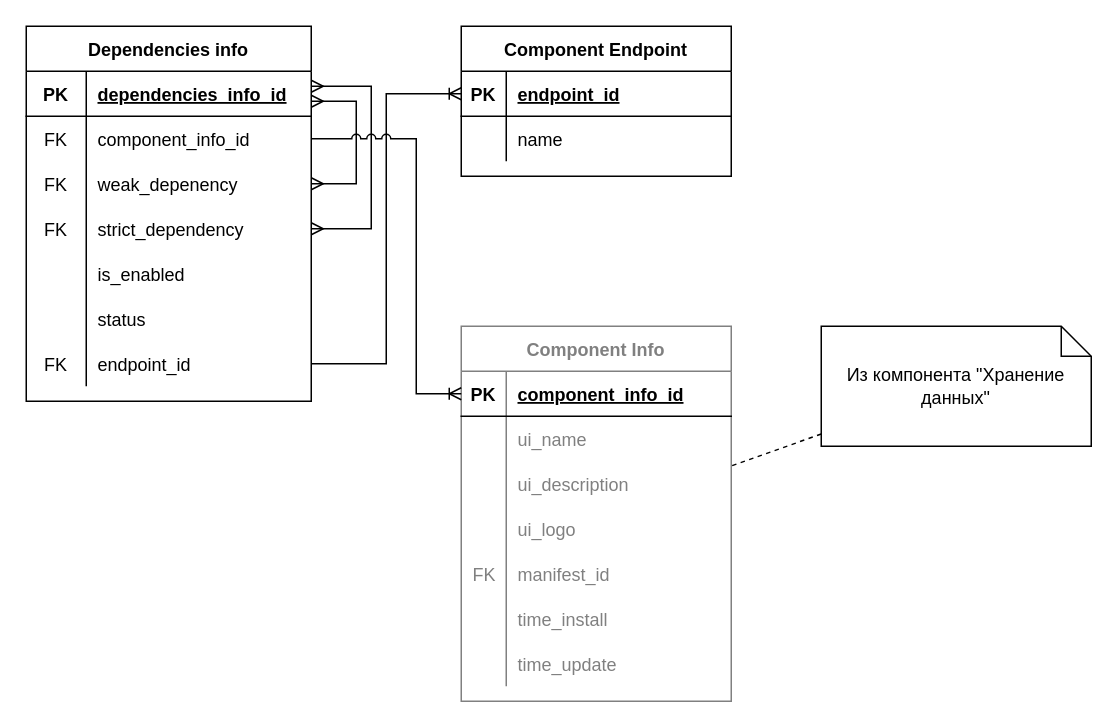
Before: architecture/first-level/tool-cm/TCM.ERD.drawio in AVAtarMod/Linux_Ecosystem, a draw.io diagram. Source tidied: cells renumbered, new cells numbered last; positions are measured from the earlier drawing's top-left corner, leaving out a move shared by most shapes. Both pictures are drawn from the tidied source at 150%, with x=0, y=0 at pixel (26, 26).
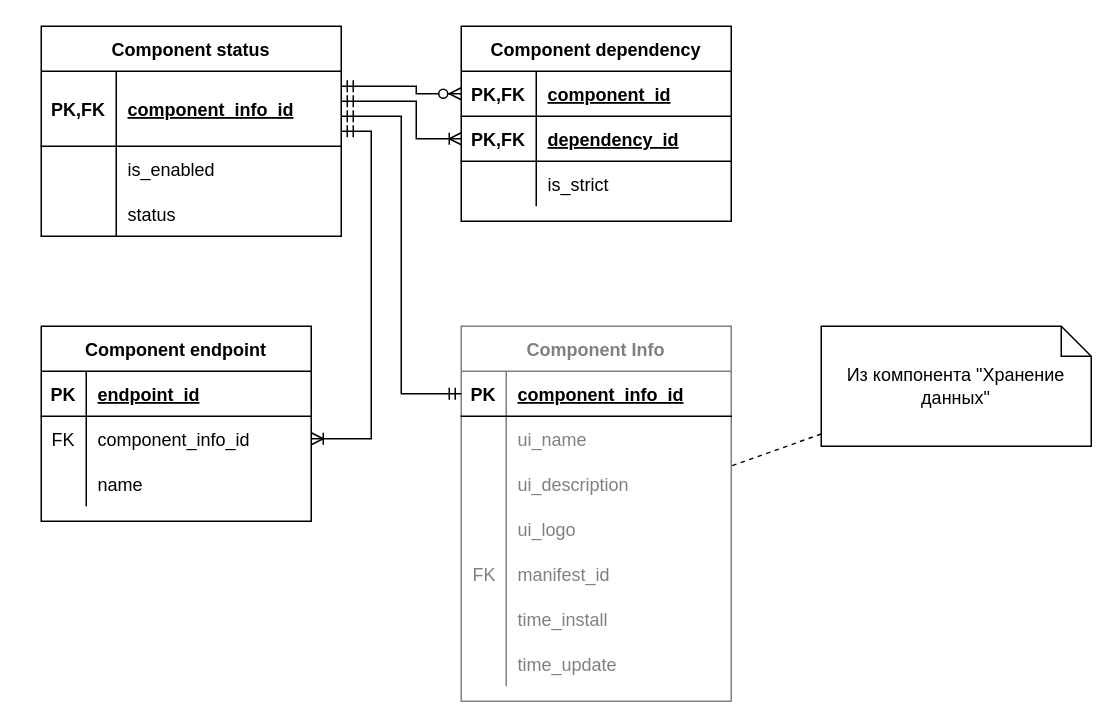
After the change.

Commit message:
(TCM.ERD) изменено: схема графа, строение таблиц

Unchanged cells that the change refers to:
```xml
<mxCell id="27" style="shape=partialRectangle;fillColor=none;top=0;left=0;bottom=1;right=0;points=[[0,0.5],[1,0.5]];portConstraint=eastwest;" parent="26" vertex="1">
  <mxGeometry y="30" width="180" height="30" as="geometry" />
</mxCell>
<mxCell id="35" style="shape=partialRectangle;fillColor=none;top=0;left=0;bottom=1;right=0;points=[[0,0.5],[1,0.5]];portConstraint=eastwest;" parent="34" vertex="1">
  <mxGeometry y="30" width="180" height="30" as="geometry" />
</mxCell>
```

Change to the diagram source:
```diff
@@
-    <mxCell id="2" value="Dependencies info" style="shape=table;startSize=30;childLayout=tableLayout;rowLines=0;fontStyle=1;align=center;" parent="1" vertex="1">
-      <mxGeometry width="190" height="250" as="geometry" />
+    <mxCell id="2" value="Component status" style="shape=table;startSize=30;childLayout=tableLayout;rowLines=0;fontStyle=1;align=center;" parent="1" vertex="1">
+      <mxGeometry x="10" width="200" height="140" as="geometry" />
     </mxCell>
     <mxCell id="3" style="shape=partialRectangle;fillColor=none;top=0;left=0;bottom=1;right=0;points=[[0,0.5],[1,0.5]];portConstraint=eastwest;" parent="2" vertex="1">
-      <mxGeometry y="30" width="190" height="30" as="geometry" />
+      <mxGeometry y="30" width="200" height="50" as="geometry" />
     </mxCell>
-    <mxCell id="4" value="PK" style="shape=partialRectangle;fillColor=none;top=0;left=0;bottom=0;right=0;fontStyle=1;overflow=hidden;" parent="3" vertex="1">
-      <mxGeometry width="40" height="30" as="geometry" />
+    <mxCell id="4" value="PK,FK" style="shape=partialRectangle;fillColor=none;top=0;left=0;bottom=0;right=0;fontStyle=1;overflow=hidden;" parent="3" vertex="1">
+      <mxGeometry width="50" height="50" as="geometry" />
     </mxCell>
-    <mxCell id="5" value="dependencies_info_id" style="shape=partialRectangle;fillColor=none;top=0;left=0;bottom=0;right=0;align=left;spacingLeft=6;fontStyle=5;overflow=hidden;" parent="3" vertex="1">
-      <mxGeometry x="40" width="150" height="30" as="geometry" />
+    <mxCell id="5" value="component_info_id" style="shape=partialRectangle;fillColor=none;top=0;left=0;bottom=0;right=0;align=left;spacingLeft=6;fontStyle=5;overflow=hidden;" parent="3" vertex="1">
+      <mxGeometry x="50" width="150" height="50" as="geometry" />
     </mxCell>
-    <mxCell id="6" style="shape=partialRectangle;fillColor=none;top=0;left=0;bottom=0;right=0;points=[[0,0.5],[1,0.5]];portConstraint=eastwest;" parent="2" vertex="1">
-      <mxGeometry y="60" width="190" height="30" as="geometry" />
-    </mxCell>
-    <mxCell id="7" value="FK" style="shape=partialRectangle;fillColor=none;top=0;left=0;bottom=0;right=0;overflow=hidden;" parent="6" vertex="1">
-      <mxGeometry width="40" height="30" as="geometry" />
-    </mxCell>
-    <mxCell id="8" value="component_info_id" style="shape=partialRectangle;fillColor=none;top=0;left=0;bottom=0;right=0;align=left;spacingLeft=6;overflow=hidden;" parent="6" vertex="1">
-      <mxGeometry x="40" width="150" height="30" as="geometry" />
-    </mxCell>
-    <mxCell id="9" style="shape=partialRectangle;fillColor=none;top=0;left=0;bottom=0;right=0;points=[[0,0.5],[1,0.5]];portConstraint=eastwest;" parent="2" vertex="1">
-      <mxGeometry y="90" width="190" height="30" as="geometry" />
-    </mxCell>
-    <mxCell id="10" value="FK" style="shape=partialRectangle;fillColor=none;top=0;left=0;bottom=0;right=0;overflow=hidden;" parent="9" vertex="1">
-      <mxGeometry width="40" height="30" as="geometry" />
-    </mxCell>
-    <mxCell id="11" value="weak_depenency" style="shape=partialRectangle;fillColor=none;top=0;left=0;bottom=0;right=0;align=left;spacingLeft=6;overflow=hidden;" parent="9" vertex="1">
-      <mxGeometry x="40" width="150" height="30" as="geometry" />
-    </mxCell>
-    <mxCell id="12" style="shape=partialRectangle;fillColor=none;top=0;left=0;bottom=0;right=0;points=[[0,0.5],[1,0.5]];portConstraint=eastwest;" parent="2" vertex="1">
-      <mxGeometry y="120" width="190" height="30" as="geometry" />
-    </mxCell>
-    <mxCell id="13" value="FK" style="shape=partialRectangle;fillColor=none;top=0;left=0;bottom=0;right=0;overflow=hidden;" parent="12" vertex="1">
-      <mxGeometry width="40" height="30" as="geometry" />
-    </mxCell>
-    <mxCell id="14" value="strict_dependency" style="shape=partialRectangle;fillColor=none;top=0;left=0;bottom=0;right=0;align=left;spacingLeft=6;overflow=hidden;" parent="12" vertex="1">
-      <mxGeometry x="40" width="150" height="30" as="geometry" />
-    </mxCell>
     <mxCell id="15" style="shape=partialRectangle;fillColor=none;top=0;left=0;bottom=0;right=0;" parent="2" vertex="1">
-      <mxGeometry y="150" width="190" height="30" as="geometry" />
+      <mxGeometry y="80" width="200" height="30" as="geometry" />
     </mxCell>
     <mxCell id="16" style="shape=partialRectangle;fillColor=none;top=0;left=0;bottom=0;right=0;overflow=hidden;" parent="15" vertex="1">
-      <mxGeometry width="40" height="30" as="geometry" />
+      <mxGeometry width="50" height="30" as="geometry" />
     </mxCell>
     <mxCell id="17" value="is_enabled" style="shape=partialRectangle;fillColor=none;top=0;left=0;bottom=0;right=0;align=left;spacingLeft=6;overflow=hidden;" parent="15" vertex="1">
-      <mxGeometry x="40" width="150" height="30" as="geometry" />
+      <mxGeometry x="50" width="150" height="30" as="geometry" />
     </mxCell>
     <mxCell id="18" style="shape=partialRectangle;fillColor=none;top=0;left=0;bottom=0;right=0;" parent="2" vertex="1">
-      <mxGeometry y="180" width="190" height="30" as="geometry" />
+      <mxGeometry y="110" width="200" height="30" as="geometry" />
     </mxCell>
     <mxCell id="19" style="shape=partialRectangle;fillColor=none;top=0;left=0;bottom=0;right=0;overflow=hidden;" parent="18" vertex="1">
-      <mxGeometry width="40" height="30" as="geometry" />
+      <mxGeometry width="50" height="30" as="geometry" />
     </mxCell>
     <mxCell id="20" value="status" style="shape=partialRectangle;fillColor=none;top=0;left=0;bottom=0;right=0;align=left;spacingLeft=6;overflow=hidden;" parent="18" vertex="1">
-      <mxGeometry x="40" width="150" height="30" as="geometry" />
+      <mxGeometry x="50" width="150" height="30" as="geometry" />
     </mxCell>
-    <mxCell id="21" style="shape=partialRectangle;fillColor=none;top=0;left=0;bottom=0;right=0;points=[[0,0.5],[1,0.5]];portConstraint=eastwest;" parent="2" vertex="1">
-      <mxGeometry y="210" width="190" height="30" as="geometry" />
-    </mxCell>
-    <mxCell id="22" value="FK" style="shape=partialRectangle;fillColor=none;top=0;left=0;bottom=0;right=0;overflow=hidden;" parent="21" vertex="1">
-      <mxGeometry width="40" height="30" as="geometry" />
-    </mxCell>
-    <mxCell id="23" value="endpoint_id" style="shape=partialRectangle;fillColor=none;top=0;left=0;bottom=0;right=0;align=left;spacingLeft=6;overflow=hidden;" parent="21" vertex="1">
-      <mxGeometry x="40" width="150" height="30" as="geometry" />
-    </mxCell>
-    <mxCell id="24" style="edgeStyle=orthogonalEdgeStyle;fontSize=12;html=1;endArrow=ERmany;startArrow=ERmany;strokeColor=default;rounded=0;jumpStyle=arc;" parent="2" edge="1" source="9" target="3">
-      <mxGeometry relative="1" as="geometry">
-        <Array as="points">
-          <mxPoint x="220" y="105" />
-          <mxPoint x="220" y="50" />
-        </Array>
-      </mxGeometry>
-    </mxCell>
-    <mxCell id="25" style="edgeStyle=orthogonalEdgeStyle;fontSize=12;html=1;endArrow=ERmany;startArrow=ERmany;rounded=0;" parent="2" edge="1" source="12" target="3">
-      <mxGeometry relative="1" as="geometry">
-        <Array as="points">
-          <mxPoint x="230" y="135" />
-          <mxPoint x="230" y="40" />
-        </Array>
-      </mxGeometry>
-    </mxCell>
-    <mxCell id="26" value="Component Endpoint" style="shape=table;startSize=30;childLayout=tableLayout;rowLines=0;fontStyle=1;align=center;" parent="1" vertex="1">
-      <mxGeometry x="290" width="180" height="100" as="geometry" />
+    <mxCell id="26" value="Component endpoint" style="shape=table;startSize=30;childLayout=tableLayout;rowLines=0;fontStyle=1;align=center;" parent="1" vertex="1">
+      <mxGeometry x="10" y="200" width="180" height="130" as="geometry" />
     </mxCell>
@@
+    <mxCell id="59" style="shape=partialRectangle;fillColor=none;top=0;left=0;bottom=0;right=0;points=[[0,0.5],[1,0.5]];portConstraint=eastwest;" parent="26" vertex="1">
+      <mxGeometry y="60" width="180" height="30" as="geometry" />
+    </mxCell>
+    <mxCell id="60" value="FK" style="shape=partialRectangle;fillColor=none;top=0;left=0;bottom=0;right=0;overflow=hidden;" parent="59" vertex="1">
+      <mxGeometry width="30" height="30" as="geometry" />
+    </mxCell>
+    <mxCell id="8" value="component_info_id" style="shape=partialRectangle;fillColor=none;top=0;left=0;bottom=0;right=0;align=left;spacingLeft=6;overflow=hidden;fontStyle=0;" parent="59" vertex="1">
+      <mxGeometry x="30" width="150" height="30" as="geometry" />
+    </mxCell>
     <mxCell id="30" style="shape=partialRectangle;fillColor=none;top=0;left=0;bottom=0;right=0;" parent="26" vertex="1">
-      <mxGeometry y="60" width="180" height="30" as="geometry" />
+      <mxGeometry y="90" width="180" height="30" as="geometry" />
     </mxCell>
@@
-    <mxCell id="33" style="edgeStyle=orthogonalEdgeStyle;fontSize=12;html=1;endArrow=ERoneToMany;rounded=0;strokeColor=default;" parent="1" edge="1" source="21" target="27">
-      <mxGeometry relative="1" as="geometry" />
+    <mxCell id="33" style="edgeStyle=orthogonalEdgeStyle;fontSize=12;html=1;endArrow=ERoneToMany;rounded=0;strokeColor=default;startArrow=ERmandOne;startFill=0;" parent="1" edge="1" source="3" target="59">
+      <mxGeometry relative="1" as="geometry">
+        <Array as="points">
+          <mxPoint x="230" y="70" />
+          <mxPoint x="230" y="275" />
+        </Array>
+      </mxGeometry>
     </mxCell>
@@
-    <mxCell id="56" style="fontSize=12;html=1;endArrow=ERoneToMany;rounded=0;strokeColor=default;jumpStyle=arc;edgeStyle=orthogonalEdgeStyle;" parent="1" edge="1" source="6" target="35">
-      <mxGeometry relative="1" as="geometry">
-        <Array as="points">
-          <mxPoint x="260" y="75" />
-          <mxPoint x="260" y="245" />
-        </Array>
-      </mxGeometry>
-    </mxCell>
@@
+    <mxCell id="61" style="edgeStyle=orthogonalEdgeStyle;fontSize=12;html=1;endArrow=ERmandOne;startArrow=ERmandOne;rounded=0;" parent="1" edge="1" source="35" target="3">
+      <mxGeometry relative="1" as="geometry">
+        <Array as="points">
+          <mxPoint x="250" y="245" />
+          <mxPoint x="250" y="60" />
+        </Array>
+      </mxGeometry>
+    </mxCell>
+    <mxCell id="62" value="Component dependency" style="shape=table;startSize=30;childLayout=tableLayout;rowLines=0;fontStyle=1;align=center;" parent="1" vertex="1">
+      <mxGeometry x="290" width="180" height="130" as="geometry" />
+    </mxCell>
+    <mxCell id="63" style="shape=partialRectangle;fillColor=none;top=0;left=0;bottom=1;right=0;points=[[0,0.5],[1,0.5]];portConstraint=eastwest;" parent="62" vertex="1">
+      <mxGeometry y="30" width="180" height="30" as="geometry" />
+    </mxCell>
+    <mxCell id="64" value="PK,FK" style="shape=partialRectangle;fillColor=none;top=0;left=0;bottom=0;right=0;fontStyle=1;overflow=hidden;" parent="63" vertex="1">
+      <mxGeometry width="50" height="30" as="geometry" />
+    </mxCell>
+    <mxCell id="65" value="component_id" style="shape=partialRectangle;fillColor=none;top=0;left=0;bottom=0;right=0;align=left;spacingLeft=6;fontStyle=5;overflow=hidden;" parent="63" vertex="1">
+      <mxGeometry x="50" width="130" height="30" as="geometry" />
+    </mxCell>
+    <mxCell id="66" style="shape=partialRectangle;fillColor=none;top=0;left=0;bottom=1;right=0;points=[[0,0.5],[1,0.5]];portConstraint=eastwest;" parent="62" vertex="1">
+      <mxGeometry y="60" width="180" height="30" as="geometry" />
+    </mxCell>
+    <mxCell id="67" value="PK,FK" style="shape=partialRectangle;fillColor=none;top=0;left=0;bottom=0;right=0;fontStyle=1;overflow=hidden;" parent="66" vertex="1">
+      <mxGeometry width="50" height="30" as="geometry" />
+    </mxCell>
+    <mxCell id="68" value="dependency_id" style="shape=partialRectangle;fillColor=none;top=0;left=0;bottom=0;right=0;align=left;spacingLeft=6;fontStyle=5;overflow=hidden;" parent="66" vertex="1">
+      <mxGeometry x="50" width="130" height="30" as="geometry" />
+    </mxCell>
+    <mxCell id="69" style="shape=partialRectangle;fillColor=none;top=0;left=0;bottom=0;right=0;strokeColor=default;" parent="62" vertex="1">
+      <mxGeometry y="90" width="180" height="30" as="geometry" />
+    </mxCell>
+    <mxCell id="70" style="shape=partialRectangle;fillColor=none;top=0;left=0;bottom=0;right=0;overflow=hidden;" parent="69" vertex="1">
+      <mxGeometry width="50" height="30" as="geometry" />
+    </mxCell>
+    <mxCell id="71" value="is_strict" style="shape=partialRectangle;fillColor=none;top=0;left=0;bottom=0;right=0;align=left;spacingLeft=6;overflow=hidden;" parent="69" vertex="1">
+      <mxGeometry x="50" width="130" height="30" as="geometry" />
+    </mxCell>
+    <mxCell id="72" style="edgeStyle=orthogonalEdgeStyle;fontSize=12;html=1;endArrow=ERzeroToMany;startArrow=ERmandOne;rounded=0;startFill=0;" parent="1" edge="1" source="3" target="63">
+      <mxGeometry relative="1" as="geometry">
+        <Array as="points">
+          <mxPoint x="260" y="40" />
+          <mxPoint x="260" y="45" />
+        </Array>
+      </mxGeometry>
+    </mxCell>
+    <mxCell id="73" style="edgeStyle=orthogonalEdgeStyle;fontSize=12;html=1;endArrow=ERoneToMany;startArrow=ERmandOne;rounded=0;" parent="1" edge="1" source="3" target="66">
+      <mxGeometry relative="1" as="geometry">
+        <Array as="points">
+          <mxPoint x="260" y="50" />
+          <mxPoint x="260" y="75" />
+        </Array>
+      </mxGeometry>
+    </mxCell>
```
